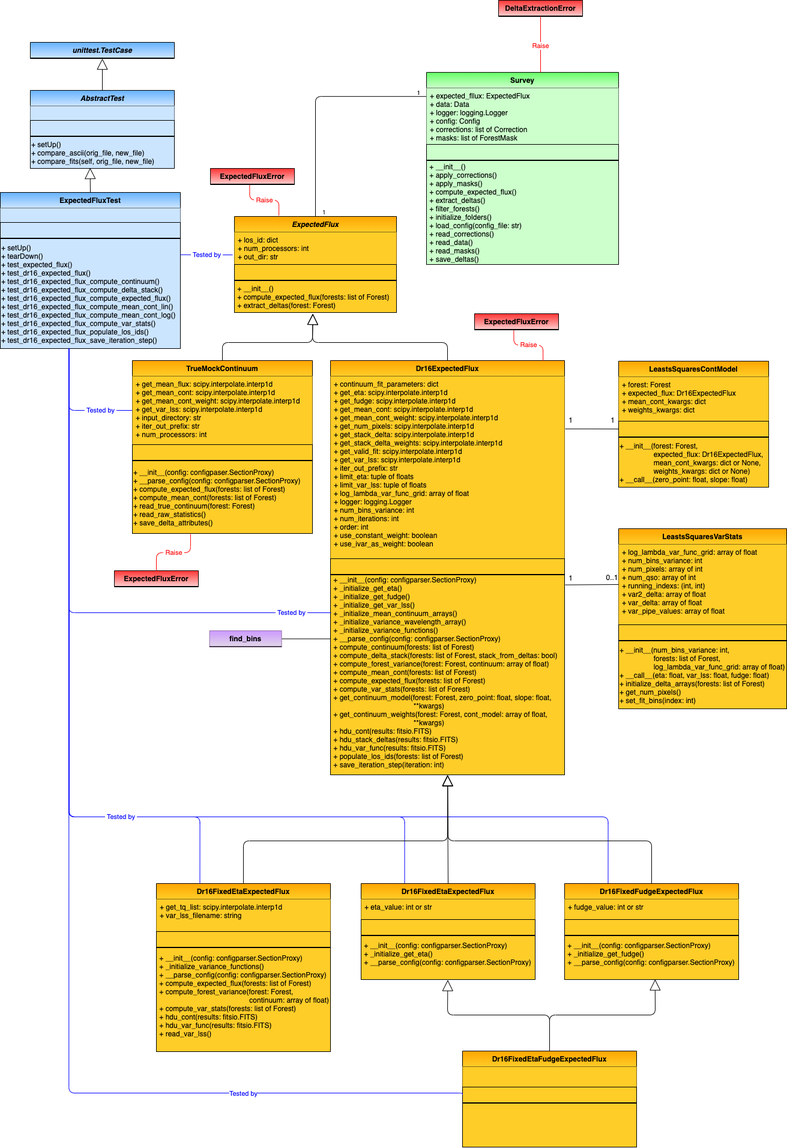
igmhub/picca keeps this draw.io diagram as docs/delta_extraction/data_model/data_model-ExpectedFlux.png. Above is the earlier version. Source tidied: cells renumbered, new cells last; positions are measured from the earlier drawing's top-left corner, leaving out a move shared by most shapes.
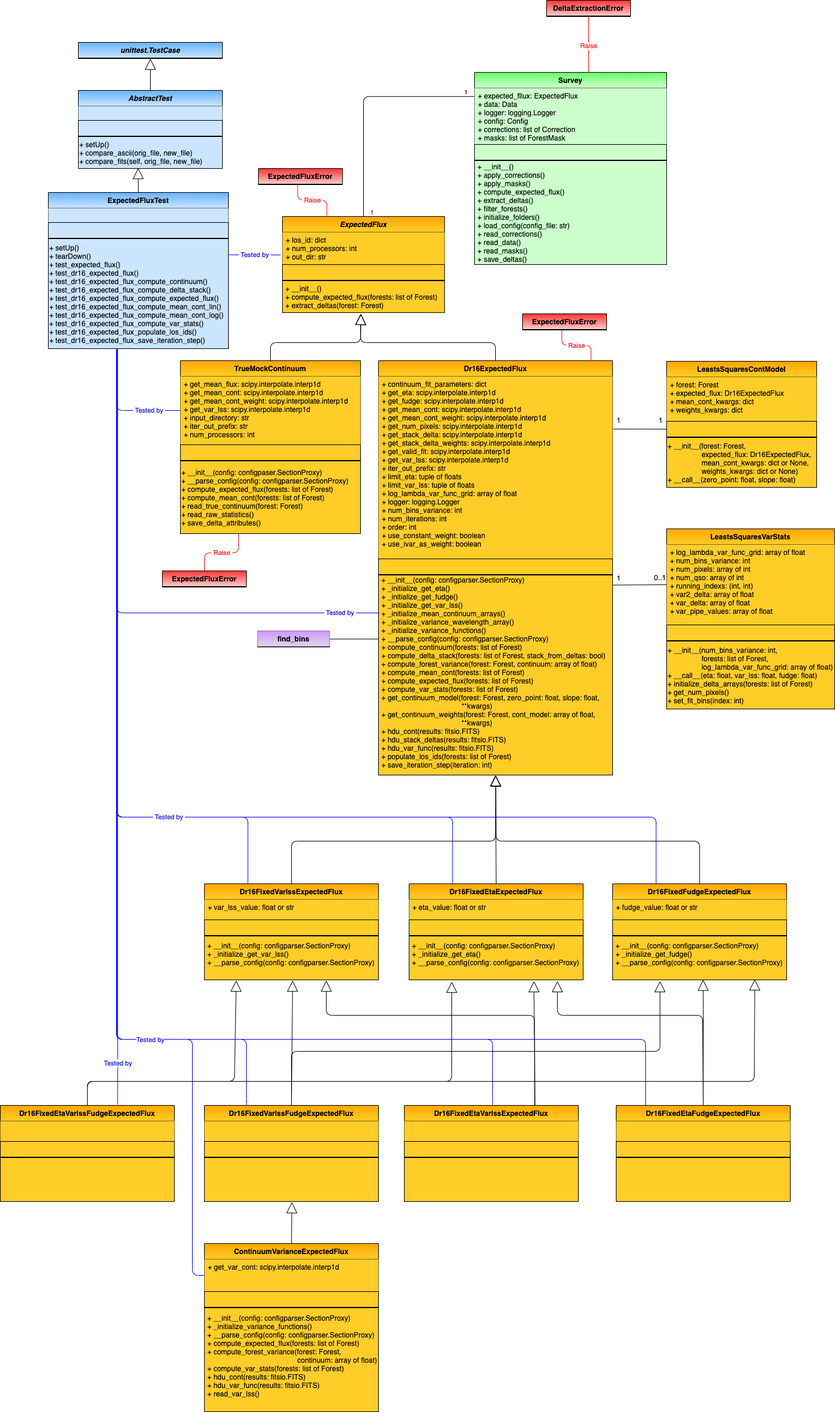
The same file after the commit.

Commit message:
updated docstring and data model

The edit, as a diff of the source:
```diff
@@ -324,3 +324,3 @@
     </mxCell>
-    <mxCell id="87" value="+ eta_value: int or str" style="text;strokeColor=none;fillColor=#ffcd28;align=left;verticalAlign=top;spacingLeft=4;spacingRight=4;overflow=hidden;gradientColor=none;" parent="86" vertex="1">
+    <mxCell id="87" value="+ eta_value: float or str" style="text;strokeColor=none;fillColor=#ffcd28;align=left;verticalAlign=top;spacingLeft=4;spacingRight=4;overflow=hidden;gradientColor=none;" parent="86" vertex="1">
       <mxGeometry y="26" width="290" height="34" as="geometry" />
@@ -339,3 +339,3 @@
     </mxCell>
-    <mxCell id="92" value="+ fudge_value: int or str" style="text;strokeColor=none;fillColor=#ffcd28;align=left;verticalAlign=top;spacingLeft=4;spacingRight=4;overflow=hidden;gradientColor=none;" parent="91" vertex="1">
+    <mxCell id="92" value="+ fudge_value: float or str" style="text;strokeColor=none;fillColor=#ffcd28;align=left;verticalAlign=top;spacingLeft=4;spacingRight=4;overflow=hidden;gradientColor=none;" parent="91" vertex="1">
       <mxGeometry y="26" width="290" height="34" as="geometry" />
@@ -352,3 +352,3 @@
     <mxCell id="96" value="Dr16FixedEtaFudgeExpectedFlux" style="swimlane;fontStyle=1;horizontal=1;startSize=26;fillColor=#ffcd28;swimlaneFillColor=#ffffff;rounded=0;shadow=0;glass=0;comic=0;strokeColor=#000000;gradientColor=#ffa500;swimlaneLine=1;gradientDirection=north;" parent="1" vertex="1">
-      <mxGeometry x="770" y="1750" width="290" height="160" as="geometry" />
+      <mxGeometry x="946" y="1840" width="290" height="160" as="geometry" />
     </mxCell>
@@ -366,16 +366,16 @@
     </mxCell>
-    <mxCell id="101" value="Dr16FixedEtaExpectedFlux" style="swimlane;fontStyle=1;horizontal=1;startSize=26;fillColor=#ffcd28;swimlaneFillColor=#ffffff;rounded=0;shadow=0;glass=0;comic=0;strokeColor=#000000;gradientColor=#ffa500;swimlaneLine=1;gradientDirection=north;" parent="1" vertex="1">
-      <mxGeometry x="260" y="1471" width="290" height="280" as="geometry" />
+    <mxCell id="101" value="Dr16FixedVarlssExpectedFlux" style="swimlane;fontStyle=1;horizontal=1;startSize=26;fillColor=#ffcd28;swimlaneFillColor=#ffffff;rounded=0;shadow=0;glass=0;comic=0;strokeColor=#000000;gradientColor=#ffa500;swimlaneLine=1;gradientDirection=north;" parent="1" vertex="1">
+      <mxGeometry x="260" y="1471" width="290" height="160" as="geometry" />
     </mxCell>
-    <mxCell id="102" value="+ get_tq_list: scipy.interpolate.interp1d&#10;+ var_lss_filename: string" style="text;strokeColor=none;fillColor=#ffcd28;align=left;verticalAlign=top;spacingLeft=4;spacingRight=4;overflow=hidden;gradientColor=none;" parent="101" vertex="1">
-      <mxGeometry y="26" width="290" height="54" as="geometry" />
+    <mxCell id="102" value="+ var_lss_value: float or str" style="text;strokeColor=none;fillColor=#ffcd28;align=left;verticalAlign=top;spacingLeft=4;spacingRight=4;overflow=hidden;gradientColor=none;" parent="101" vertex="1">
+      <mxGeometry y="26" width="290" height="34" as="geometry" />
     </mxCell>
     <mxCell id="103" style="text;strokeColor=#000000;fillColor=#ffcd28;align=left;verticalAlign=middle;overflow=hidden;rounded=0;shadow=0;glass=0;comic=0;fontStyle=0;gradientColor=none;swimlaneFillColor=#ffffff;gradientDirection=north;startSize=26;" parent="101" vertex="1">
-      <mxGeometry y="80" width="290" height="26" as="geometry" />
+      <mxGeometry y="60" width="290" height="26" as="geometry" />
     </mxCell>
     <mxCell id="104" style="line;strokeWidth=1;fillColor=none;align=left;verticalAlign=middle;spacingTop=-1;spacingLeft=3;spacingRight=3;labelPosition=right;rounded=0;shadow=0;glass=0;comic=0;" parent="101" vertex="1">
-      <mxGeometry y="106" width="290" height="1" as="geometry" />
+      <mxGeometry y="86" width="290" height="1" as="geometry" />
     </mxCell>
-    <mxCell id="105" value=" + __init__(config: configparser.SectionProxy)&#10; + _initialize_variance_functions()&#10; + __parse_config(config: configparser.SectionProxy)&#10; + compute_expected_flux(forests: list of Forest)&#10; + compute_forest_variance(forest: Forest, &#10;                                              continuum: array of float)&#10; + compute_var_stats(forests: list of Forest)&#10; + hdu_cont(results: fitsio.FITS)&#10; + hdu_var_func(results: fitsio.FITS)&#10; + read_var_lss()&#10;" style="text;strokeColor=#000000;fillColor=#ffcd28;align=left;verticalAlign=middle;overflow=hidden;points=[[0,0.5],[1,0.5]];portConstraint=eastwest;rounded=0;shadow=0;glass=0;comic=0;fontStyle=0;gradientColor=none;swimlaneFillColor=#ffffff;gradientDirection=north;startSize=26;" parent="101" vertex="1">
-      <mxGeometry y="107" width="290" height="173" as="geometry" />
+    <mxCell id="105" value=" + __init__(config: configparser.SectionProxy)&#10; + _initialize_get_var_lss()&#10; + __parse_config(config: configparser.SectionProxy)&#10;" style="text;strokeColor=#000000;fillColor=#ffcd28;align=left;verticalAlign=middle;overflow=hidden;points=[[0,0.5],[1,0.5]];portConstraint=eastwest;rounded=0;shadow=0;glass=0;comic=0;fontStyle=0;gradientColor=none;swimlaneFillColor=#ffffff;gradientDirection=north;startSize=26;" parent="101" vertex="1">
+      <mxGeometry y="87" width="290" height="73" as="geometry" />
     </mxCell>
@@ -400,7 +400,7 @@
     </mxCell>
-    <mxCell id="109" style="endArrow=block;endSize=16;endFill=0;html=1;exitX=0.5;exitY=0;exitDx=0;exitDy=0;entryX=0.498;entryY=1.008;entryDx=0;entryDy=0;entryPerimeter=0;" parent="1" edge="1" source="96" target="90">
+    <mxCell id="109" style="endArrow=block;endSize=16;endFill=0;html=1;exitX=0.5;exitY=0;exitDx=0;exitDy=0;entryX=0.852;entryY=1.027;entryDx=0;entryDy=0;entryPerimeter=0;" parent="1" edge="1" source="96" target="90">
       <mxGeometry relative="1" as="geometry">
         <Array as="points">
-          <mxPoint x="915" y="1690" />
-          <mxPoint x="745" y="1690" />
+          <mxPoint x="1090" y="1690" />
+          <mxPoint x="848" y="1690" />
         </Array>
@@ -411,3 +411,3 @@
         <Array as="points">
-          <mxPoint x="915" y="1690" />
+          <mxPoint x="1091" y="1680" />
           <mxPoint x="1091" y="1690" />
@@ -429,7 +429,8 @@
     </mxCell>
-    <mxCell id="113" style="endArrow=none;html=1;edgeStyle=orthogonalEdgeStyle;strokeColor=#0000FF;entryX=0.381;entryY=1.003;entryDx=0;entryDy=0;entryPerimeter=0;exitX=0;exitY=0.5;exitDx=0;exitDy=0;" parent="1" edge="1" source="98" target="23">
+    <mxCell id="113" style="endArrow=none;html=1;edgeStyle=orthogonalEdgeStyle;strokeColor=#0000FF;entryX=0.381;entryY=1.003;entryDx=0;entryDy=0;entryPerimeter=0;exitX=0.5;exitY=0;exitDx=0;exitDy=0;" parent="1" edge="1" source="121" target="23">
       <mxGeometry x="-0.56" relative="1" as="geometry">
         <Array as="points">
-          <mxPoint x="770" y="1820" />
-          <mxPoint x="114" y="1820" />
+          <mxPoint x="740" y="1840" />
+          <mxPoint x="740" y="1730" />
+          <mxPoint x="114" y="1730" />
         </Array>
@@ -442,5 +443,174 @@
     </mxCell>
+    <mxCell id="116" value="ContinuumVarianceExpectedFlux" style="swimlane;fontStyle=1;horizontal=1;startSize=26;fillColor=#ffcd28;swimlaneFillColor=#ffffff;rounded=0;shadow=0;glass=0;comic=0;strokeColor=#000000;gradientColor=#ffa500;swimlaneLine=1;gradientDirection=north;" parent="1" vertex="1">
+      <mxGeometry x="260" y="2070" width="290" height="280" as="geometry" />
+    </mxCell>
+    <mxCell id="117" value="+ get_var_cont: scipy.interpolate.interp1d&#10;" style="text;strokeColor=none;fillColor=#ffcd28;align=left;verticalAlign=top;spacingLeft=4;spacingRight=4;overflow=hidden;points=[[0,0.5],[1,0.5]];portConstraint=eastwest;gradientColor=none;" parent="116" vertex="1">
+      <mxGeometry y="26" width="290" height="54" as="geometry" />
+    </mxCell>
+    <mxCell id="118" style="text;strokeColor=#000000;fillColor=#ffcd28;align=left;verticalAlign=middle;overflow=hidden;rounded=0;shadow=0;glass=0;comic=0;fontStyle=0;gradientColor=none;swimlaneFillColor=#ffffff;gradientDirection=north;startSize=26;" parent="116" vertex="1">
+      <mxGeometry y="80" width="290" height="26" as="geometry" />
+    </mxCell>
+    <mxCell id="119" style="line;strokeWidth=1;fillColor=none;align=left;verticalAlign=middle;spacingTop=-1;spacingLeft=3;spacingRight=3;labelPosition=right;rounded=0;shadow=0;glass=0;comic=0;" parent="116" vertex="1">
+      <mxGeometry y="106" width="290" height="1" as="geometry" />
+    </mxCell>
+    <mxCell id="120" value=" + __init__(config: configparser.SectionProxy)&#10; + _initialize_variance_functions()&#10; + __parse_config(config: configparser.SectionProxy)&#10; + compute_expected_flux(forests: list of Forest)&#10; + compute_forest_variance(forest: Forest, &#10;                                              continuum: array of float)&#10; + compute_var_stats(forests: list of Forest)&#10; + hdu_cont(results: fitsio.FITS)&#10; + hdu_var_func(results: fitsio.FITS)&#10; + read_var_lss()&#10;" style="text;strokeColor=#000000;fillColor=#ffcd28;align=left;verticalAlign=middle;overflow=hidden;rounded=0;shadow=0;glass=0;comic=0;fontStyle=0;gradientColor=none;swimlaneFillColor=#ffffff;gradientDirection=north;startSize=26;" parent="116" vertex="1">
+      <mxGeometry y="107" width="290" height="173" as="geometry" />
+    </mxCell>
+    <mxCell id="121" value="Dr16FixedEtaVarlssExpectedFlux" style="swimlane;fontStyle=1;horizontal=1;startSize=26;fillColor=#ffcd28;swimlaneFillColor=#ffffff;rounded=0;shadow=0;glass=0;comic=0;strokeColor=#000000;gradientColor=#ffa500;swimlaneLine=1;gradientDirection=north;" parent="1" vertex="1">
+      <mxGeometry x="593" y="1840" width="290" height="160" as="geometry" />
+    </mxCell>
+    <mxCell id="122" style="text;strokeColor=none;fillColor=#ffcd28;align=left;verticalAlign=top;spacingLeft=4;spacingRight=4;overflow=hidden;gradientColor=none;" parent="121" vertex="1">
+      <mxGeometry y="26" width="290" height="34" as="geometry" />
+    </mxCell>
+    <mxCell id="123" style="text;strokeColor=#000000;fillColor=#ffcd28;align=left;verticalAlign=middle;overflow=hidden;rounded=0;shadow=0;glass=0;comic=0;fontStyle=0;gradientColor=none;swimlaneFillColor=#ffffff;gradientDirection=north;startSize=26;" parent="121" vertex="1">
+      <mxGeometry y="60" width="290" height="26" as="geometry" />
+    </mxCell>
+    <mxCell id="124" style="line;strokeWidth=1;fillColor=none;align=left;verticalAlign=middle;spacingTop=-1;spacingLeft=3;spacingRight=3;labelPosition=right;rounded=0;shadow=0;glass=0;comic=0;" parent="121" vertex="1">
+      <mxGeometry y="86" width="290" height="1" as="geometry" />
+    </mxCell>
+    <mxCell id="125" style="text;strokeColor=#000000;fillColor=#ffcd28;align=left;verticalAlign=middle;overflow=hidden;rounded=0;shadow=0;glass=0;comic=0;fontStyle=0;gradientColor=none;swimlaneFillColor=#ffffff;gradientDirection=north;startSize=26;" parent="121" vertex="1">
+      <mxGeometry y="87" width="290" height="73" as="geometry" />
+    </mxCell>
+    <mxCell id="126" value="Dr16FixedVarlssFudgeExpectedFlux" style="swimlane;fontStyle=1;horizontal=1;startSize=26;fillColor=#ffcd28;swimlaneFillColor=#ffffff;rounded=0;shadow=0;glass=0;comic=0;strokeColor=#000000;gradientColor=#ffa500;swimlaneLine=1;gradientDirection=north;" parent="1" vertex="1">
+      <mxGeometry x="260" y="1840" width="290" height="160" as="geometry" />
+    </mxCell>
+    <mxCell id="127" style="text;strokeColor=none;fillColor=#ffcd28;align=left;verticalAlign=top;spacingLeft=4;spacingRight=4;overflow=hidden;gradientColor=none;" parent="126" vertex="1">
+      <mxGeometry y="26" width="290" height="34" as="geometry" />
+    </mxCell>
+    <mxCell id="128" style="text;strokeColor=#000000;fillColor=#ffcd28;align=left;verticalAlign=middle;overflow=hidden;rounded=0;shadow=0;glass=0;comic=0;fontStyle=0;gradientColor=none;swimlaneFillColor=#ffffff;gradientDirection=north;startSize=26;" parent="126" vertex="1">
+      <mxGeometry y="60" width="290" height="26" as="geometry" />
+    </mxCell>
+    <mxCell id="129" style="line;strokeWidth=1;fillColor=none;align=left;verticalAlign=middle;spacingTop=-1;spacingLeft=3;spacingRight=3;labelPosition=right;rounded=0;shadow=0;glass=0;comic=0;" parent="126" vertex="1">
+      <mxGeometry y="86" width="290" height="1" as="geometry" />
+    </mxCell>
+    <mxCell id="130" style="text;strokeColor=#000000;fillColor=#ffcd28;align=left;verticalAlign=middle;overflow=hidden;points=[[0,0.5],[1,0.5]];portConstraint=eastwest;rounded=0;shadow=0;glass=0;comic=0;fontStyle=0;gradientColor=none;swimlaneFillColor=#ffffff;gradientDirection=north;startSize=26;" parent="126" vertex="1">
+      <mxGeometry y="87" width="290" height="73" as="geometry" />
+    </mxCell>
+    <mxCell id="131" value="Dr16FixedEtaVarlssFudgeExpectedFlux" style="swimlane;fontStyle=1;horizontal=1;startSize=26;fillColor=#ffcd28;swimlaneFillColor=#ffffff;rounded=0;shadow=0;glass=0;comic=0;strokeColor=#000000;gradientColor=#ffa500;swimlaneLine=1;gradientDirection=north;" parent="1" vertex="1">
+      <mxGeometry x="-80" y="1840" width="290" height="160" as="geometry" />
+    </mxCell>
+    <mxCell id="132" style="text;strokeColor=none;fillColor=#ffcd28;align=left;verticalAlign=top;spacingLeft=4;spacingRight=4;overflow=hidden;gradientColor=none;" parent="131" vertex="1">
+      <mxGeometry y="26" width="290" height="34" as="geometry" />
+    </mxCell>
+    <mxCell id="133" style="text;strokeColor=#000000;fillColor=#ffcd28;align=left;verticalAlign=middle;overflow=hidden;rounded=0;shadow=0;glass=0;comic=0;fontStyle=0;gradientColor=none;swimlaneFillColor=#ffffff;gradientDirection=north;startSize=26;" parent="131" vertex="1">
+      <mxGeometry y="60" width="290" height="26" as="geometry" />
+    </mxCell>
+    <mxCell id="134" style="line;strokeWidth=1;fillColor=none;align=left;verticalAlign=middle;spacingTop=-1;spacingLeft=3;spacingRight=3;labelPosition=right;rounded=0;shadow=0;glass=0;comic=0;" parent="131" vertex="1">
+      <mxGeometry y="86" width="290" height="1" as="geometry" />
+    </mxCell>
+    <mxCell id="135" style="text;strokeColor=#000000;fillColor=#ffcd28;align=left;verticalAlign=middle;overflow=hidden;rounded=0;shadow=0;glass=0;comic=0;fontStyle=0;gradientColor=none;swimlaneFillColor=#ffffff;gradientDirection=north;startSize=26;" parent="131" vertex="1">
+      <mxGeometry y="87" width="290" height="73" as="geometry" />
+    </mxCell>
+    <mxCell id="136" style="endArrow=block;endSize=16;endFill=0;html=1;exitX=0.75;exitY=0;exitDx=0;exitDy=0;entryX=0.717;entryY=1.027;entryDx=0;entryDy=0;entryPerimeter=0;" parent="1" edge="1" source="121" target="90">
+      <mxGeometry relative="1" as="geometry" />
+    </mxCell>
+    <mxCell id="137" style="endArrow=block;endSize=16;endFill=0;html=1;exitX=0.75;exitY=0;exitDx=0;exitDy=0;entryX=0.7;entryY=1.014;entryDx=0;entryDy=0;entryPerimeter=0;" parent="1" edge="1" source="121" target="105">
+      <mxGeometry relative="1" as="geometry">
+        <Array as="points">
+          <mxPoint x="810" y="1690" />
+          <mxPoint x="463" y="1690" />
+        </Array>
+      </mxGeometry>
+    </mxCell>
+    <mxCell id="138" style="endArrow=block;endSize=16;endFill=0;html=1;exitX=0.5;exitY=0;exitDx=0;exitDy=0;entryX=0.507;entryY=1.014;entryDx=0;entryDy=0;entryPerimeter=0;" parent="1" edge="1" source="126" target="105">
+      <mxGeometry relative="1" as="geometry" />
+    </mxCell>
+    <mxCell id="139" style="endArrow=block;endSize=16;endFill=0;html=1;exitX=0.5;exitY=0;exitDx=0;exitDy=0;entryX=0.272;entryY=1.027;entryDx=0;entryDy=0;entryPerimeter=0;" parent="1" edge="1" source="126" target="95">
+      <mxGeometry relative="1" as="geometry">
+        <Array as="points">
+          <mxPoint x="405" y="1750" />
+          <mxPoint x="1019" y="1750" />
+        </Array>
+      </mxGeometry>
+    </mxCell>
+    <mxCell id="140" style="endArrow=block;endSize=16;endFill=0;html=1;exitX=0.5;exitY=0;exitDx=0;exitDy=0;entryX=0.183;entryY=1.014;entryDx=0;entryDy=0;entryPerimeter=0;" parent="1" edge="1" source="131" target="105">
+      <mxGeometry relative="1" as="geometry">
+        <Array as="points">
+          <mxPoint x="65" y="1800" />
+          <mxPoint x="310" y="1800" />
+        </Array>
+      </mxGeometry>
+    </mxCell>
+    <mxCell id="141" style="endArrow=block;endSize=16;endFill=0;html=1;entryX=0.245;entryY=1.041;entryDx=0;entryDy=0;entryPerimeter=0;exitX=0.5;exitY=0;exitDx=0;exitDy=0;" parent="1" edge="1" source="131" target="90">
+      <mxGeometry relative="1" as="geometry">
+        <Array as="points">
+          <mxPoint x="65" y="1800" />
+          <mxPoint x="672" y="1800" />
+        </Array>
+      </mxGeometry>
+    </mxCell>
+    <mxCell id="142" style="endArrow=block;endSize=16;endFill=0;html=1;entryX=0.817;entryY=0.986;entryDx=0;entryDy=0;entryPerimeter=0;exitX=0.5;exitY=0;exitDx=0;exitDy=0;" parent="1" edge="1" source="131" target="95">
+      <mxGeometry relative="1" as="geometry">
+        <Array as="points">
+          <mxPoint x="65" y="1800" />
+          <mxPoint x="380" y="1800" />
+          <mxPoint x="1176" y="1800" />
+        </Array>
+      </mxGeometry>
+    </mxCell>
+    <mxCell id="143" style="endArrow=block;endSize=16;endFill=0;html=1;exitX=0.5;exitY=0;exitDx=0;exitDy=0;entryX=0.503;entryY=1.014;entryDx=0;entryDy=0;entryPerimeter=0;" parent="1" edge="1" source="116" target="130">
+      <mxGeometry relative="1" as="geometry" />
+    </mxCell>
+    <mxCell id="144" style="endArrow=none;html=1;edgeStyle=orthogonalEdgeStyle;strokeColor=#0000FF;entryX=0.378;entryY=1.008;entryDx=0;entryDy=0;entryPerimeter=0;exitX=0.25;exitY=0;exitDx=0;exitDy=0;" parent="1" edge="1" source="126" target="23">
+      <mxGeometry x="-0.56" relative="1" as="geometry">
+        <Array as="points">
+          <mxPoint x="330" y="1840" />
+          <mxPoint x="330" y="1730" />
+          <mxPoint x="113" y="1730" />
+        </Array>
+      </mxGeometry>
+    </mxCell>
+    <mxCell id="145" style="html=1;align=left;verticalAlign=bottom;labelBackgroundColor=#ffffff;fontSize=10;" parent="144" vertex="1">
+      <mxGeometry x="-1" relative="1" as="geometry">
+        <mxPoint x="10" as="offset" />
+      </mxGeometry>
+    </mxCell>
+    <mxCell id="146" style="endArrow=none;html=1;edgeStyle=orthogonalEdgeStyle;strokeColor=#0000FF;entryX=0.382;entryY=1.003;entryDx=0;entryDy=0;entryPerimeter=0;exitX=0;exitY=0.5;exitDx=0;exitDy=0;" parent="1" edge="1" source="117" target="23">
+      <mxGeometry x="-0.56" relative="1" as="geometry">
+        <Array as="points">
+          <mxPoint x="240" y="2123" />
+          <mxPoint x="240" y="1730" />
+          <mxPoint x="115" y="1730" />
+        </Array>
+      </mxGeometry>
+    </mxCell>
+    <mxCell id="147" style="html=1;align=left;verticalAlign=bottom;labelBackgroundColor=#ffffff;fontSize=10;" parent="146" vertex="1">
+      <mxGeometry x="-1" relative="1" as="geometry">
+        <mxPoint x="10" as="offset" />
+      </mxGeometry>
+    </mxCell>
+    <mxCell id="148" style="endArrow=none;html=1;edgeStyle=orthogonalEdgeStyle;strokeColor=#0000FF;entryX=0.38;entryY=1.008;entryDx=0;entryDy=0;entryPerimeter=0;" parent="1" edge="1" target="23">
+      <mxGeometry x="-0.56" relative="1" as="geometry">
+        <mxPoint x="995" y="1840" as="sourcePoint" />
+        <Array as="points">
+          <mxPoint x="995" y="1730" />
+          <mxPoint x="114" y="1730" />
+        </Array>
+      </mxGeometry>
+    </mxCell>
+    <mxCell id="149" style="html=1;align=left;verticalAlign=bottom;labelBackgroundColor=#ffffff;fontSize=10;" parent="148" vertex="1">
+      <mxGeometry x="-1" relative="1" as="geometry">
+        <mxPoint x="10" as="offset" />
+      </mxGeometry>
+    </mxCell>
-    <mxCell id="115" value="&lt;font color=&quot;#0000ff&quot;&gt;Tested by&lt;/font&gt;" style="edgeLabel;html=1;align=center;verticalAlign=middle;fontColor=#000000;" parent="113" vertex="1">
-      <mxGeometry x="-0.61" relative="1" as="geometry" />
+    <mxCell id="115" value="&lt;font color=&quot;#0000ff&quot;&gt;Tested by&lt;/font&gt;" style="edgeLabel;html=1;align=center;verticalAlign=middle;fontColor=#000000;" parent="148" vertex="1">
+      <mxGeometry x="-0.61" relative="1" as="geometry">
+        <mxPoint x="-520" as="offset" />
+      </mxGeometry>
     </mxCell>
+    <mxCell id="150" style="endArrow=none;html=1;edgeStyle=orthogonalEdgeStyle;strokeColor=#0000FF;entryX=0.385;entryY=1.008;entryDx=0;entryDy=0;entryPerimeter=0;exitX=0.674;exitY=-0.009;exitDx=0;exitDy=0;exitPerimeter=0;" parent="1" edge="1" source="131" target="23">
+      <mxGeometry x="-0.56" relative="1" as="geometry">
+        <Array as="points">
+          <mxPoint x="116" y="1740" />
+        </Array>
+      </mxGeometry>
+    </mxCell>
+    <mxCell id="151" style="html=1;align=left;verticalAlign=bottom;labelBackgroundColor=#ffffff;fontSize=10;" parent="150" vertex="1">
+      <mxGeometry x="-1" relative="1" as="geometry">
+        <mxPoint x="10" as="offset" />
+      </mxGeometry>
+    </mxCell>
+    <mxCell id="152" value="&lt;span style=&quot;color: rgb(0 , 0 , 255)&quot;&gt;Tested by&lt;/span&gt;" style="edgeLabel;html=1;align=center;verticalAlign=middle;" parent="150" vertex="1">
+      <mxGeometry x="-0.89" relative="1" as="geometry" />
+    </mxCell>
   </root>
```
